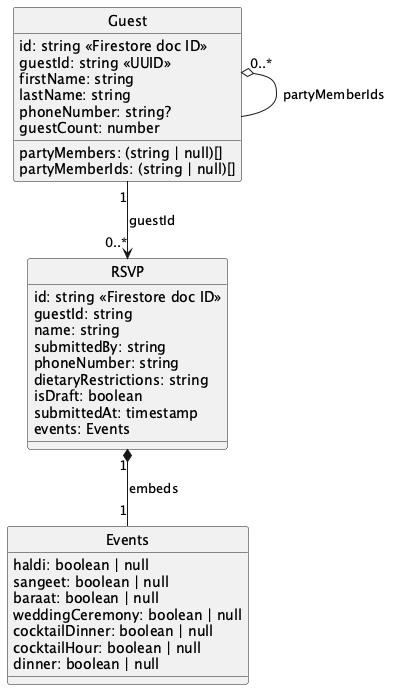
This is docs/rsvp-data-model.png from Shanav12/Salwan-Bagga-Wedding, a PlantUML export, as it was before one commit.
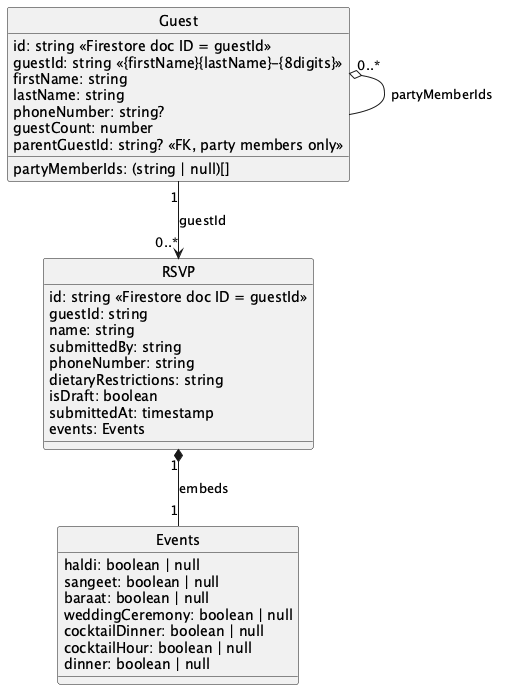
The same file after the commit.

Commit message:
feat: adding tests for rsvp functionality

The edit, as a diff of the source:
```diff
@@ -3,18 +3,18 @@
 hide circle
 
 class Guest {
-  id: string <<Firestore doc ID>>
-  guestId: string <<UUID>>
+  id: string <<Firestore doc ID = guestId>>
+  guestId: string <<{firstName}{lastName}-{8digits}>>
   firstName: string
   lastName: string
   phoneNumber: string?
   guestCount: number
-  partyMembers: (string | null)[]
   partyMemberIds: (string | null)[]
+  parentGuestId: string? <<FK, party members only>>
 }
 
 class RSVP {
-  id: string <<Firestore doc ID>>
+  id: string <<Firestore doc ID = guestId>>
   guestId: string
   name: string
   submittedBy: string
```
